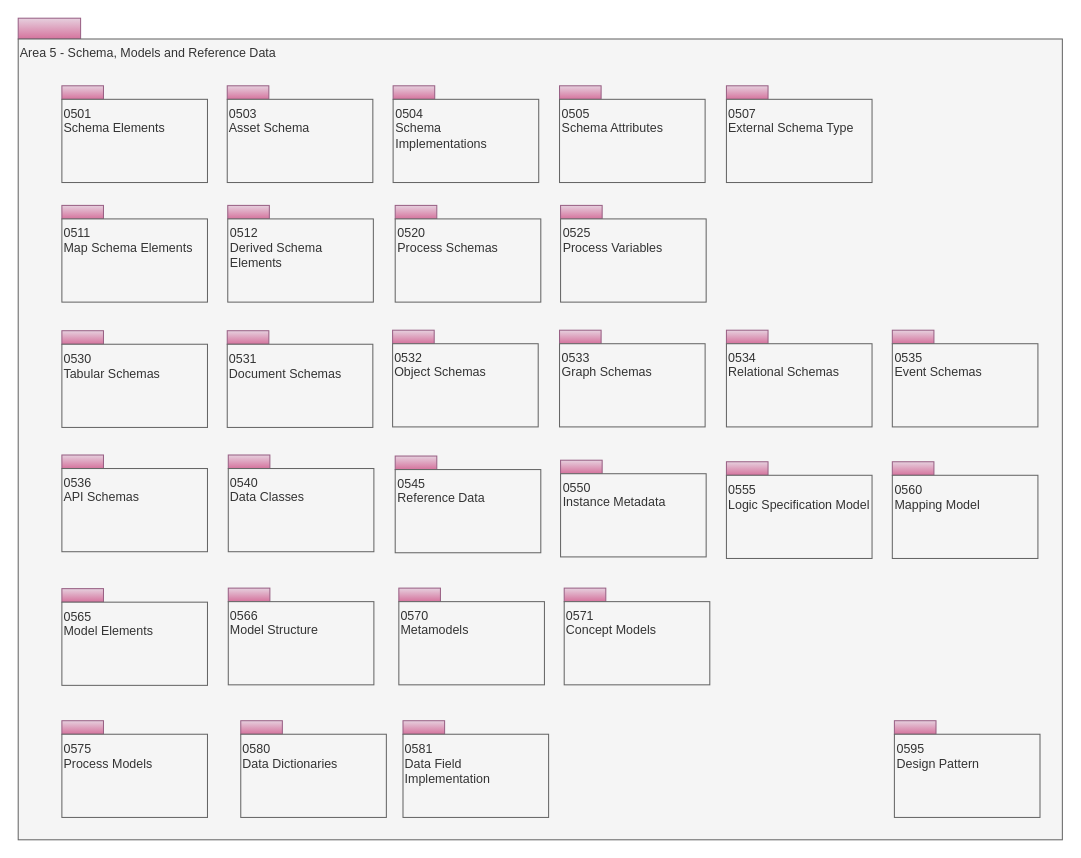
Above: page "overview" (1 of 32) of site/docs/types/5/area-5-models-and-schema.drawio in odpi/egeria-docs (draw.io), before the change. Source tidied: cells renumbered, new cells numbered last; positions are measured from the earlier drawing's top-left corner, leaving out a move shared by most shapes. Both pictures are drawn from the tidied source at 104%, with x=0, y=0 at pixel (18, 18).
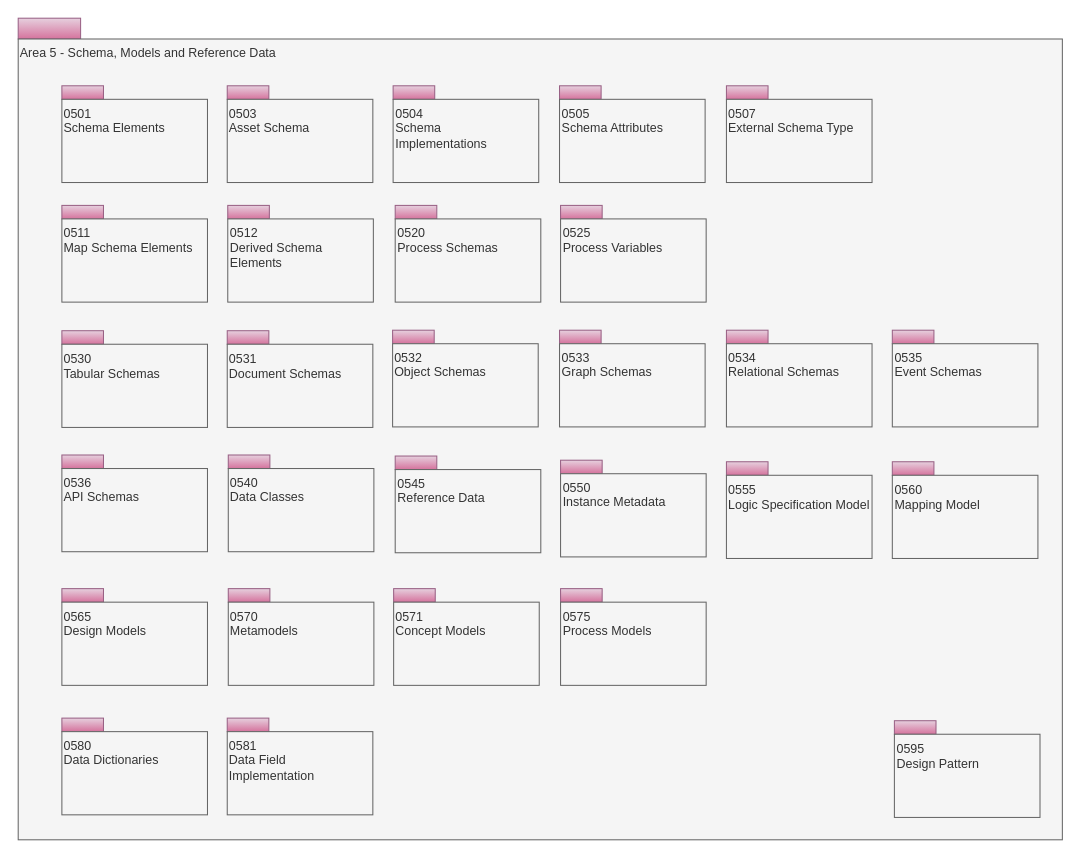
The same page after the edit.

What changed in the source:
```diff
@@
     <mxCell id="38" style="rounded=0;whiteSpace=wrap;html=1;align=left;fillColor=#e6d0de;strokeColor=#996185;gradientColor=#d5739d;" parent="1" vertex="1">
-      <mxGeometry x="366" y="548" width="40" height="13" as="geometry" />
+      <mxGeometry x="202" y="548.5" width="40" height="13" as="geometry" />
     </mxCell>
     <mxCell id="39" value="0570&lt;br&gt;Metamodels&lt;br&gt;" style="rounded=0;whiteSpace=wrap;html=1;align=left;verticalAlign=top;fillColor=#f5f5f5;fontColor=#333333;strokeColor=#666666;" parent="1" vertex="1">
-      <mxGeometry x="366" y="561" width="140" height="80" as="geometry" />
+      <mxGeometry x="202" y="561.5" width="140" height="80" as="geometry" />
     </mxCell>
     <mxCell id="40" style="rounded=0;whiteSpace=wrap;html=1;align=left;fillColor=#e6d0de;strokeColor=#996185;gradientColor=#d5739d;" parent="1" vertex="1">
-      <mxGeometry x="42" y="675.5" width="40" height="13" as="geometry" />
+      <mxGeometry x="521.5" y="548.5" width="40" height="13" as="geometry" />
     </mxCell>
     <mxCell id="41" value="0575&lt;br&gt;Process Models" style="rounded=0;whiteSpace=wrap;html=1;align=left;verticalAlign=top;fillColor=#f5f5f5;fontColor=#333333;strokeColor=#666666;" parent="1" vertex="1">
-      <mxGeometry x="42" y="688.5" width="140" height="80" as="geometry" />
+      <mxGeometry x="521.5" y="561.5" width="140" height="80" as="geometry" />
     </mxCell>
@@
-    <mxCell id="45" value="0565&lt;br&gt;Model Elements&lt;br&gt;" style="rounded=0;whiteSpace=wrap;html=1;align=left;verticalAlign=top;fillColor=#f5f5f5;fontColor=#333333;strokeColor=#666666;" parent="1" vertex="1">
+    <mxCell id="45" value="0565&lt;br&gt;Design Models" style="rounded=0;whiteSpace=wrap;html=1;align=left;verticalAlign=top;fillColor=#f5f5f5;fontColor=#333333;strokeColor=#666666;" parent="1" vertex="1">
       <mxGeometry x="42" y="561.5" width="140" height="80" as="geometry" />
     </mxCell>
-    <mxCell id="46" style="rounded=0;whiteSpace=wrap;html=1;align=left;fillColor=#e6d0de;strokeColor=#996185;gradientColor=#d5739d;" parent="1" vertex="1">
-      <mxGeometry x="202" y="548" width="40" height="13" as="geometry" />
-    </mxCell>
-    <mxCell id="47" value="0566&lt;br&gt;Model Structure" style="rounded=0;whiteSpace=wrap;html=1;align=left;verticalAlign=top;fillColor=#f5f5f5;fontColor=#333333;strokeColor=#666666;" parent="1" vertex="1">
-      <mxGeometry x="202" y="561" width="140" height="80" as="geometry" />
-    </mxCell>
     <mxCell id="48" style="rounded=0;whiteSpace=wrap;html=1;align=left;fillColor=#e6d0de;strokeColor=#996185;gradientColor=#d5739d;" parent="1" vertex="1">
-      <mxGeometry x="525" y="548" width="40" height="13" as="geometry" />
+      <mxGeometry x="361" y="548.5" width="40" height="13" as="geometry" />
     </mxCell>
     <mxCell id="49" value="0571&lt;br&gt;Concept Models" style="rounded=0;whiteSpace=wrap;html=1;align=left;verticalAlign=top;fillColor=#f5f5f5;fontColor=#333333;strokeColor=#666666;" parent="1" vertex="1">
-      <mxGeometry x="525" y="561" width="140" height="80" as="geometry" />
+      <mxGeometry x="361" y="561.5" width="140" height="80" as="geometry" />
     </mxCell>
@@
     <mxCell id="58" style="rounded=0;whiteSpace=wrap;html=1;align=left;fillColor=#e6d0de;strokeColor=#996185;gradientColor=#d5739d;" parent="1" vertex="1">
-      <mxGeometry x="214" y="675.5" width="40" height="13" as="geometry" />
+      <mxGeometry x="42" y="673" width="40" height="13" as="geometry" />
     </mxCell>
     <mxCell id="59" value="0580&lt;br&gt;Data Dictionaries" style="rounded=0;whiteSpace=wrap;html=1;align=left;verticalAlign=top;fillColor=#f5f5f5;fontColor=#333333;strokeColor=#666666;" parent="1" vertex="1">
-      <mxGeometry x="214" y="688.5" width="140" height="80" as="geometry" />
+      <mxGeometry x="42" y="686" width="140" height="80" as="geometry" />
     </mxCell>
     <mxCell id="60" style="rounded=0;whiteSpace=wrap;html=1;align=left;fillColor=#e6d0de;strokeColor=#996185;gradientColor=#d5739d;" parent="1" vertex="1">
-      <mxGeometry x="370" y="675.5" width="40" height="13" as="geometry" />
+      <mxGeometry x="201" y="673" width="40" height="13" as="geometry" />
     </mxCell>
     <mxCell id="61" value="0581&lt;br&gt;Data Field Implementation" style="rounded=0;whiteSpace=wrap;html=1;align=left;verticalAlign=top;fillColor=#f5f5f5;fontColor=#333333;strokeColor=#666666;" parent="1" vertex="1">
-      <mxGeometry x="370" y="688.5" width="140" height="80" as="geometry" />
+      <mxGeometry x="201" y="686" width="140" height="80" as="geometry" />
     </mxCell>
```
